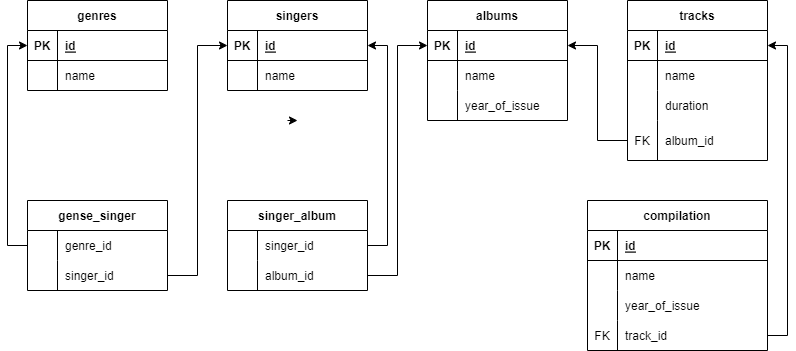
Earlier version of the draw.io export Database_Task_2.drawio.png (DmitriyBurtsev785/Database_Task_2). Source tidied: cells renumbered, new cells last; positions are measured from the earlier drawing's top-left corner, leaving out a move shared by most shapes.
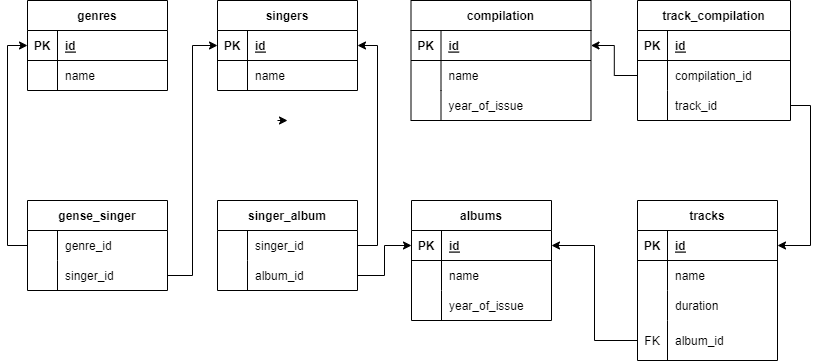
After the change.

The edit, as a diff of the source:
```diff
@@ -3,7 +3,7 @@
     <mxCell id="0" />
     <mxCell id="1" parent="0" />
     <mxCell id="2" value="genres" style="shape=table;startSize=30;rowLines=0;fontStyle=1;align=center;" parent="1" vertex="1">
-      <mxGeometry width="140" height="90" as="geometry" />
+      <mxGeometry x="-10" width="140" height="90" as="geometry" />
     </mxCell>
     <mxCell id="3" style="shape=tableRow;horizontal=0;startSize=0;swimlaneHead=0;swimlaneBody=0;fillColor=none;points=[[0,0.5],[1,0.5]];portConstraint=eastwest;top=0;left=0;right=0;bottom=1;" parent="2" vertex="1">
       <mxGeometry y="30" width="140" height="30" as="geometry" />
@@ -24,7 +24,7 @@
       <mxGeometry x="30" width="110" height="30" as="geometry" />
     </mxCell>
     <mxCell id="9" value="singers" style="shape=table;startSize=30;rowLines=0;fontStyle=1;align=center;" parent="1" vertex="1">
-      <mxGeometry x="200" width="140" height="90" as="geometry" />
+      <mxGeometry x="180" width="140" height="90" as="geometry" />
     </mxCell>
     <mxCell id="10" style="shape=tableRow;horizontal=0;startSize=0;swimlaneHead=0;swimlaneBody=0;fillColor=none;points=[[0,0.5],[1,0.5]];portConstraint=eastwest;top=0;left=0;right=0;bottom=1;" parent="9" vertex="1">
       <mxGeometry y="30" width="140" height="30" as="geometry" />
@@ -51,7 +51,7 @@
       </mxGeometry>
     </mxCell>
     <mxCell id="17" value="albums" style="shape=table;startSize=30;rowLines=0;fontStyle=1;align=center;" parent="1" vertex="1">
-      <mxGeometry x="400" width="140" height="120" as="geometry" />
+      <mxGeometry x="374" y="200" width="140" height="120" as="geometry" />
     </mxCell>
     <mxCell id="18" style="shape=tableRow;horizontal=0;startSize=0;swimlaneHead=0;swimlaneBody=0;fillColor=none;points=[[0,0.5],[1,0.5]];portConstraint=eastwest;top=0;left=0;right=0;bottom=1;" parent="17" vertex="1">
       <mxGeometry y="30" width="140" height="30" as="geometry" />
@@ -81,7 +81,7 @@
       <mxGeometry x="30" width="110" height="30" as="geometry" />
     </mxCell>
     <mxCell id="27" value="tracks" style="shape=table;startSize=30;rowLines=0;fontStyle=1;align=center;" parent="1" vertex="1">
-      <mxGeometry x="600" width="140" height="160" as="geometry" />
+      <mxGeometry x="600" y="200" width="140" height="160" as="geometry" />
     </mxCell>
     <mxCell id="28" style="shape=tableRow;horizontal=0;startSize=0;swimlaneHead=0;swimlaneBody=0;fillColor=none;points=[[0,0.5],[1,0.5]];portConstraint=eastwest;top=0;left=0;right=0;bottom=1;" parent="27" vertex="1">
       <mxGeometry y="30" width="140" height="30" as="geometry" />
@@ -126,7 +126,7 @@
       <mxGeometry relative="1" as="geometry" />
     </mxCell>
     <mxCell id="42" value="gense_singer" style="shape=table;startSize=30;rowLines=0;fontStyle=1;align=center;" parent="1" vertex="1">
-      <mxGeometry y="200" width="140" height="90" as="geometry" />
+      <mxGeometry x="-10" y="200" width="140" height="90" as="geometry" />
     </mxCell>
     <mxCell id="43" style="shape=tableRow;horizontal=0;startSize=0;swimlaneHead=0;swimlaneBody=0;fillColor=none;points=[[0,0.5],[1,0.5]];portConstraint=eastwest;top=0;left=0;right=0;bottom=0;" parent="42" vertex="1">
       <mxGeometry y="30" width="140" height="30" as="geometry" />
@@ -150,7 +150,7 @@
       <mxGeometry relative="1" as="geometry" />
     </mxCell>
     <mxCell id="50" value="singer_album" style="shape=table;startSize=30;rowLines=0;fontStyle=1;align=center;" parent="1" vertex="1">
-      <mxGeometry x="200" y="200" width="140" height="90" as="geometry" />
+      <mxGeometry x="180" y="200" width="140" height="90" as="geometry" />
     </mxCell>
     <mxCell id="51" style="shape=tableRow;horizontal=0;startSize=0;swimlaneHead=0;swimlaneBody=0;fillColor=none;top=0;left=0;right=0;bottom=0;" parent="50" vertex="1">
       <mxGeometry y="30" width="140" height="30" as="geometry" />
@@ -171,7 +171,7 @@
       <mxGeometry x="30" width="110" height="30" as="geometry" />
     </mxCell>
     <mxCell id="57" value="compilation" style="shape=table;startSize=30;rowLines=0;fontStyle=1;align=center;" parent="1" vertex="1">
-      <mxGeometry x="560" y="200" width="180" height="150" as="geometry" />
+      <mxGeometry x="373.5" width="180" height="120" as="geometry" />
     </mxCell>
     <mxCell id="58" style="shape=tableRow;horizontal=0;startSize=0;swimlaneHead=0;swimlaneBody=0;fillColor=none;points=[[0,0.5],[1,0.5]];portConstraint=eastwest;top=0;left=0;right=0;bottom=1;" parent="57" vertex="1">
       <mxGeometry y="30" width="180" height="30" as="geometry" />
@@ -182,41 +182,65 @@
     <mxCell id="60" value="id" style="shape=partialRectangle;fillColor=none;top=0;left=0;bottom=0;right=0;align=left;spacingLeft=6;fontStyle=5;overflow=hidden;" parent="58" vertex="1">
       <mxGeometry x="30" width="150" height="30" as="geometry" />
     </mxCell>
-    <mxCell id="61" style="shape=tableRow;horizontal=0;startSize=0;swimlaneHead=0;swimlaneBody=0;fillColor=none;top=0;left=0;right=0;bottom=0;" parent="57" vertex="1">
-      <mxGeometry y="60" width="180" height="30" as="geometry" />
-    </mxCell>
-    <mxCell id="62" style="shape=partialRectangle;fillColor=none;top=0;left=0;bottom=0;right=0;overflow=hidden;" parent="61" vertex="1">
-      <mxGeometry width="30" height="30" as="geometry" />
-    </mxCell>
-    <mxCell id="63" value="name" style="shape=partialRectangle;fillColor=none;top=0;left=0;bottom=0;right=0;align=left;spacingLeft=6;overflow=hidden;" parent="61" vertex="1">
-      <mxGeometry x="30" width="150" height="30" as="geometry" />
-    </mxCell>
     <mxCell id="64" style="shape=tableRow;horizontal=0;startSize=0;swimlaneHead=0;swimlaneBody=0;fillColor=none;top=0;left=0;right=0;bottom=0;" parent="57" vertex="1">
-      <mxGeometry y="90" width="180" height="30" as="geometry" />
+      <mxGeometry y="60" width="180" height="30" as="geometry" />
     </mxCell>
     <mxCell id="65" style="shape=partialRectangle;fillColor=none;top=0;left=0;bottom=0;right=0;overflow=hidden;" parent="64" vertex="1">
       <mxGeometry width="30" height="30" as="geometry" />
     </mxCell>
-    <mxCell id="66" value="year_of_issue" style="shape=partialRectangle;fillColor=none;top=0;left=0;bottom=0;right=0;align=left;spacingLeft=6;overflow=hidden;" parent="64" vertex="1">
+    <mxCell id="66" value="name" style="shape=partialRectangle;fillColor=none;top=0;left=0;bottom=0;right=0;align=left;spacingLeft=6;overflow=hidden;" parent="64" vertex="1">
       <mxGeometry x="30" width="150" height="30" as="geometry" />
     </mxCell>
     <mxCell id="67" style="shape=tableRow;horizontal=0;startSize=0;swimlaneHead=0;swimlaneBody=0;fillColor=none;points=[[0,0.5],[1,0.5]];portConstraint=eastwest;top=0;left=0;right=0;bottom=0;" parent="57" vertex="1">
-      <mxGeometry y="120" width="180" height="30" as="geometry" />
+      <mxGeometry y="90" width="180" height="30" as="geometry" />
     </mxCell>
-    <mxCell id="68" value="FK" style="shape=partialRectangle;fillColor=none;top=0;left=0;bottom=0;right=0;overflow=hidden;" parent="67" vertex="1">
+    <mxCell id="68" style="shape=partialRectangle;fillColor=none;top=0;left=0;bottom=0;right=0;overflow=hidden;" parent="67" vertex="1">
       <mxGeometry width="30" height="30" as="geometry" />
     </mxCell>
-    <mxCell id="69" value="track_id" style="shape=partialRectangle;fillColor=none;top=0;left=0;bottom=0;right=0;align=left;spacingLeft=6;overflow=hidden;" parent="67" vertex="1">
+    <mxCell id="69" value="year_of_issue" style="shape=partialRectangle;fillColor=none;top=0;left=0;bottom=0;right=0;align=left;spacingLeft=6;overflow=hidden;" parent="67" vertex="1">
       <mxGeometry x="30" width="150" height="30" as="geometry" />
     </mxCell>
-    <mxCell id="70" style="edgeStyle=orthogonalEdgeStyle;rounded=0;jettySize=auto;html=1;entryX=1;entryY=0.5;entryDx=0;entryDy=0;exitX=1;exitY=0.5;exitDx=0;exitDy=0;" parent="1" edge="1" source="67" target="28">
-      <mxGeometry relative="1" as="geometry" />
-    </mxCell>
     <mxCell id="71" style="edgeStyle=orthogonalEdgeStyle;rounded=0;jettySize=auto;html=1;entryX=0;entryY=0.5;entryDx=0;entryDy=0;" parent="1" edge="1" source="46" target="10">
       <mxGeometry relative="1" as="geometry" />
     </mxCell>
     <mxCell id="72" style="edgeStyle=orthogonalEdgeStyle;rounded=0;jettySize=auto;html=1;entryX=0;entryY=0.5;entryDx=0;entryDy=0;" parent="1" edge="1" source="54" target="18">
       <mxGeometry relative="1" as="geometry" />
     </mxCell>
+    <mxCell id="73" value="track_compilation" style="shape=table;startSize=30;rowLines=0;fontStyle=1;align=center;" parent="1" vertex="1">
+      <mxGeometry x="600" width="153" height="120" as="geometry" />
+    </mxCell>
+    <mxCell id="74" style="shape=tableRow;horizontal=0;startSize=0;swimlaneHead=0;swimlaneBody=0;fillColor=none;top=0;left=0;right=0;bottom=1;" parent="73" vertex="1">
+      <mxGeometry y="30" width="153" height="30" as="geometry" />
+    </mxCell>
+    <mxCell id="75" value="PK" style="shape=partialRectangle;fillColor=none;top=0;left=0;bottom=0;right=0;fontStyle=1;overflow=hidden;" parent="74" vertex="1">
+      <mxGeometry width="30" height="30" as="geometry" />
+    </mxCell>
+    <mxCell id="76" value="id" style="shape=partialRectangle;fillColor=none;top=0;left=0;bottom=0;right=0;align=left;spacingLeft=6;fontStyle=5;overflow=hidden;" parent="74" vertex="1">
+      <mxGeometry x="30" width="123" height="30" as="geometry" />
+    </mxCell>
+    <mxCell id="77" style="shape=tableRow;horizontal=0;startSize=0;swimlaneHead=0;swimlaneBody=0;fillColor=none;points=[[0,0.5],[1,0.5]];portConstraint=eastwest;top=0;left=0;right=0;bottom=0;" parent="73" vertex="1">
+      <mxGeometry y="60" width="153" height="30" as="geometry" />
+    </mxCell>
+    <mxCell id="78" style="shape=partialRectangle;fillColor=none;top=0;left=0;bottom=0;right=0;overflow=hidden;" parent="77" vertex="1">
+      <mxGeometry width="30" height="30" as="geometry" />
+    </mxCell>
+    <mxCell id="79" value="compilation_id" style="shape=partialRectangle;fillColor=none;top=0;left=0;bottom=0;right=0;align=left;spacingLeft=6;overflow=hidden;" parent="77" vertex="1">
+      <mxGeometry x="30" width="123" height="30" as="geometry" />
+    </mxCell>
+    <mxCell id="80" style="shape=tableRow;horizontal=0;startSize=0;swimlaneHead=0;swimlaneBody=0;fillColor=none;points=[[0,0.5],[1,0.5]];portConstraint=eastwest;top=0;left=0;right=0;bottom=0;" parent="73" vertex="1">
+      <mxGeometry y="90" width="153" height="30" as="geometry" />
+    </mxCell>
+    <mxCell id="81" style="shape=partialRectangle;fillColor=none;top=0;left=0;bottom=0;right=0;overflow=hidden;" parent="80" vertex="1">
+      <mxGeometry width="30" height="30" as="geometry" />
+    </mxCell>
+    <mxCell id="82" value="track_id" style="shape=partialRectangle;fillColor=none;top=0;left=0;bottom=0;right=0;align=left;spacingLeft=6;overflow=hidden;" parent="80" vertex="1">
+      <mxGeometry x="30" width="123" height="30" as="geometry" />
+    </mxCell>
+    <mxCell id="83" style="edgeStyle=orthogonalEdgeStyle;rounded=0;jettySize=auto;html=1;entryX=1;entryY=0.5;entryDx=0;entryDy=0;" parent="1" edge="1" source="77" target="58">
+      <mxGeometry relative="1" as="geometry" />
+    </mxCell>
+    <mxCell id="84" style="edgeStyle=orthogonalEdgeStyle;rounded=0;jettySize=auto;html=1;entryX=1;entryY=0.5;entryDx=0;entryDy=0;exitX=1;exitY=0.5;exitDx=0;exitDy=0;" parent="1" edge="1" source="80" target="28">
+      <mxGeometry relative="1" as="geometry" />
+    </mxCell>
   </root>
 </mxGraphModel>
```
